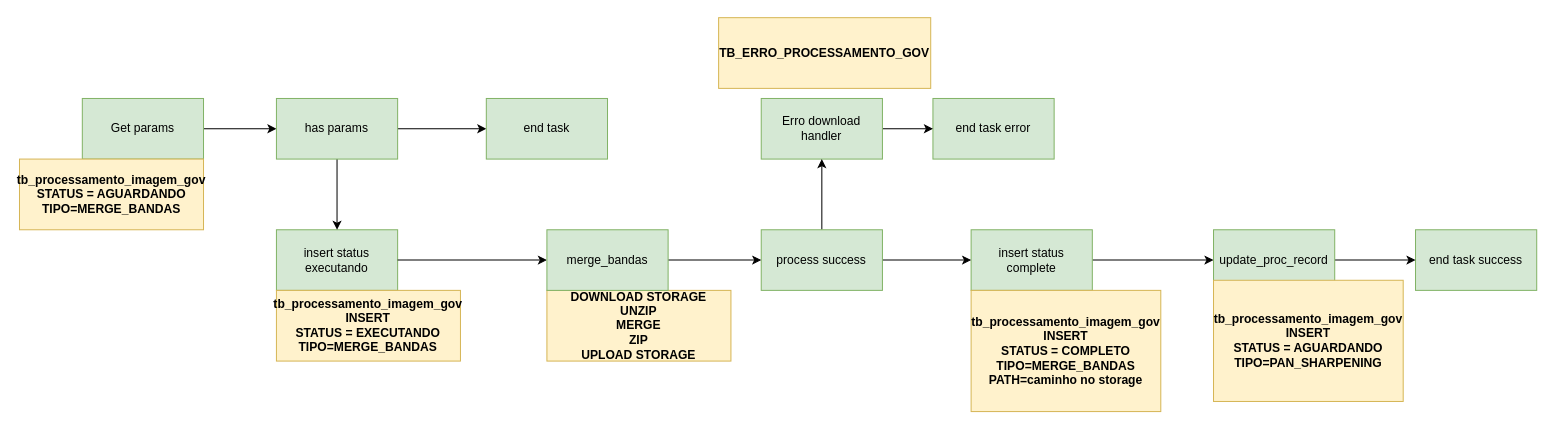
Earlier version of the draw.io diagram page "Fluxograma Merge" (5 of 6) of API_INDICES_HD.drawio (gabrielk-visiona/data-teste). Source tidied: cells renumbered, new cells numbered last; positions are measured from the earlier drawing's top-left corner, leaving out a move shared by most shapes. Both pictures are drawn from the tidied source at 101%, with x=0, y=0 at pixel (19, 17).
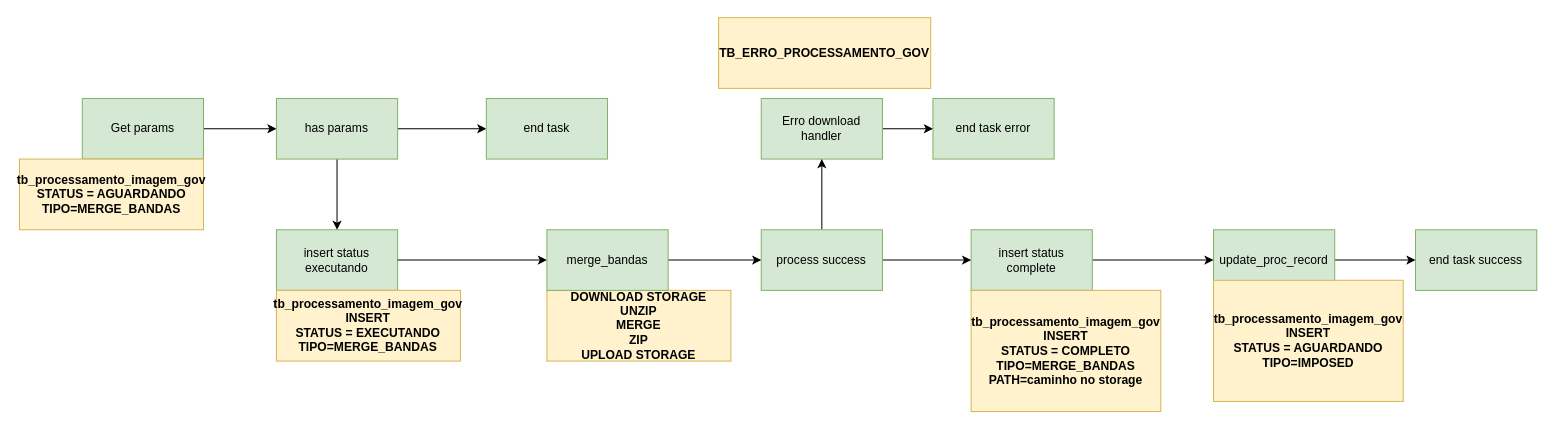
The same page after the edit.

Diff of the diagram source:
```diff
@@
-    <mxCell id="28" value="&lt;div&gt;&lt;span style=&quot;text-wrap: nowrap;&quot;&gt;tb_processamento_imagem_gov&lt;/span&gt;&lt;/div&gt;&lt;div&gt;INSERT&lt;/div&gt;&lt;div&gt;STATUS = AGUARDANDO&lt;/div&gt;&lt;div&gt;TIPO=PAN_SHARPENING&lt;/div&gt;" style="text;html=1;align=center;verticalAlign=middle;whiteSpace=wrap;rounded=0;fillColor=#fff2cc;strokeColor=#d6b656;fontStyle=1;" parent="1" vertex="1">
+    <mxCell id="28" value="&lt;div&gt;&lt;span style=&quot;text-wrap: nowrap;&quot;&gt;tb_processamento_imagem_gov&lt;/span&gt;&lt;/div&gt;&lt;div&gt;INSERT&lt;/div&gt;&lt;div&gt;STATUS = AGUARDANDO&lt;/div&gt;&lt;div&gt;TIPO=IMPOSED&lt;/div&gt;" style="text;html=1;align=center;verticalAlign=middle;whiteSpace=wrap;rounded=0;fillColor=#fff2cc;strokeColor=#d6b656;fontStyle=1;" parent="1" vertex="1">
       <mxGeometry x="1182" y="260" width="187.8" height="120" as="geometry" />
     </mxCell>
```
